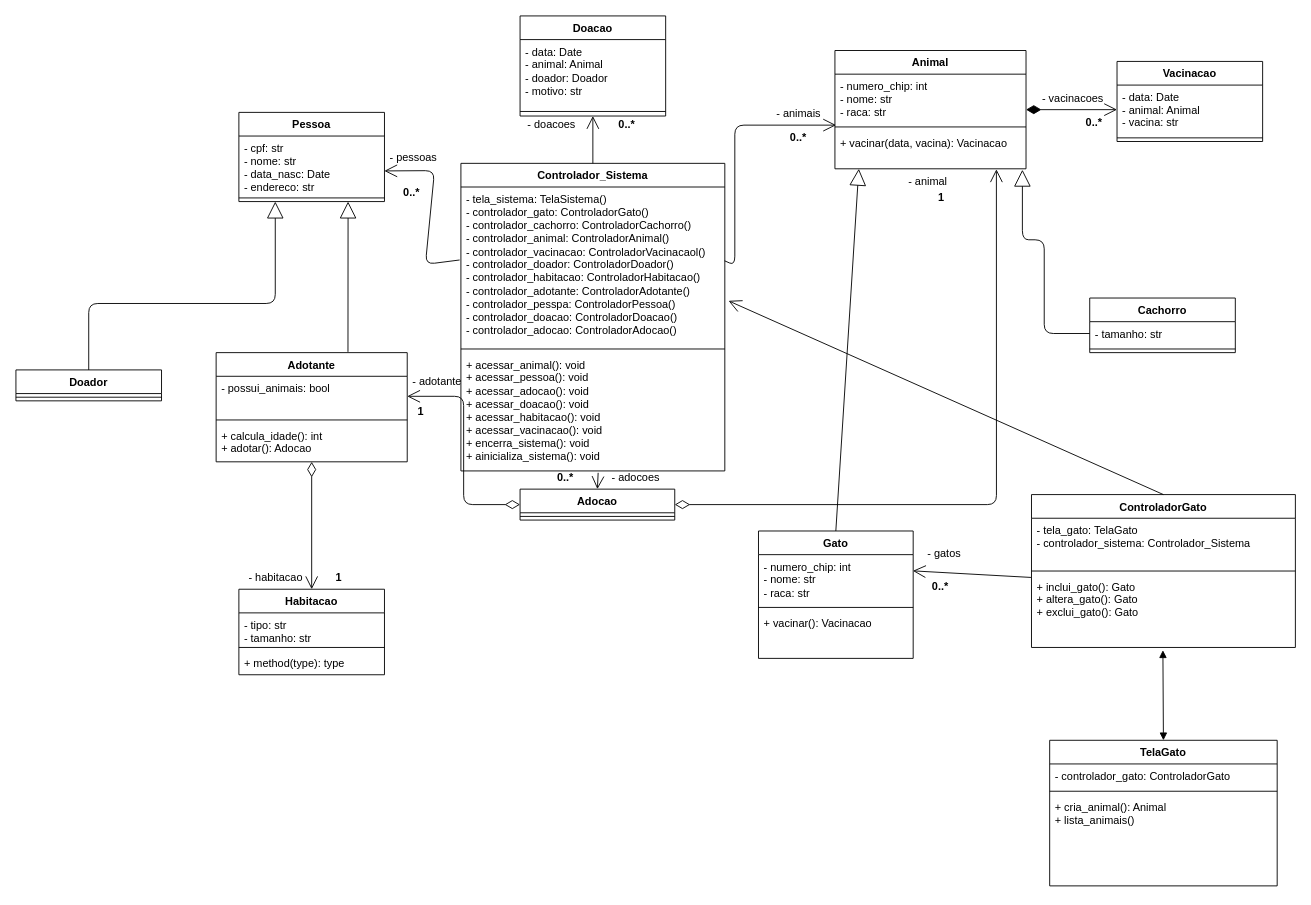
Above: AdoçõesONG(Classes).drawio in ChrisBarlera/Trabalho-DSOO1 (draw.io), before the change. Source tidied: cells renumbered, new cells numbered last; positions are measured from the earlier drawing's top-left corner, leaving out a move shared by most shapes. Both pictures are drawn from the tidied source at 91%, with x=0, y=0 at pixel (15, 15).
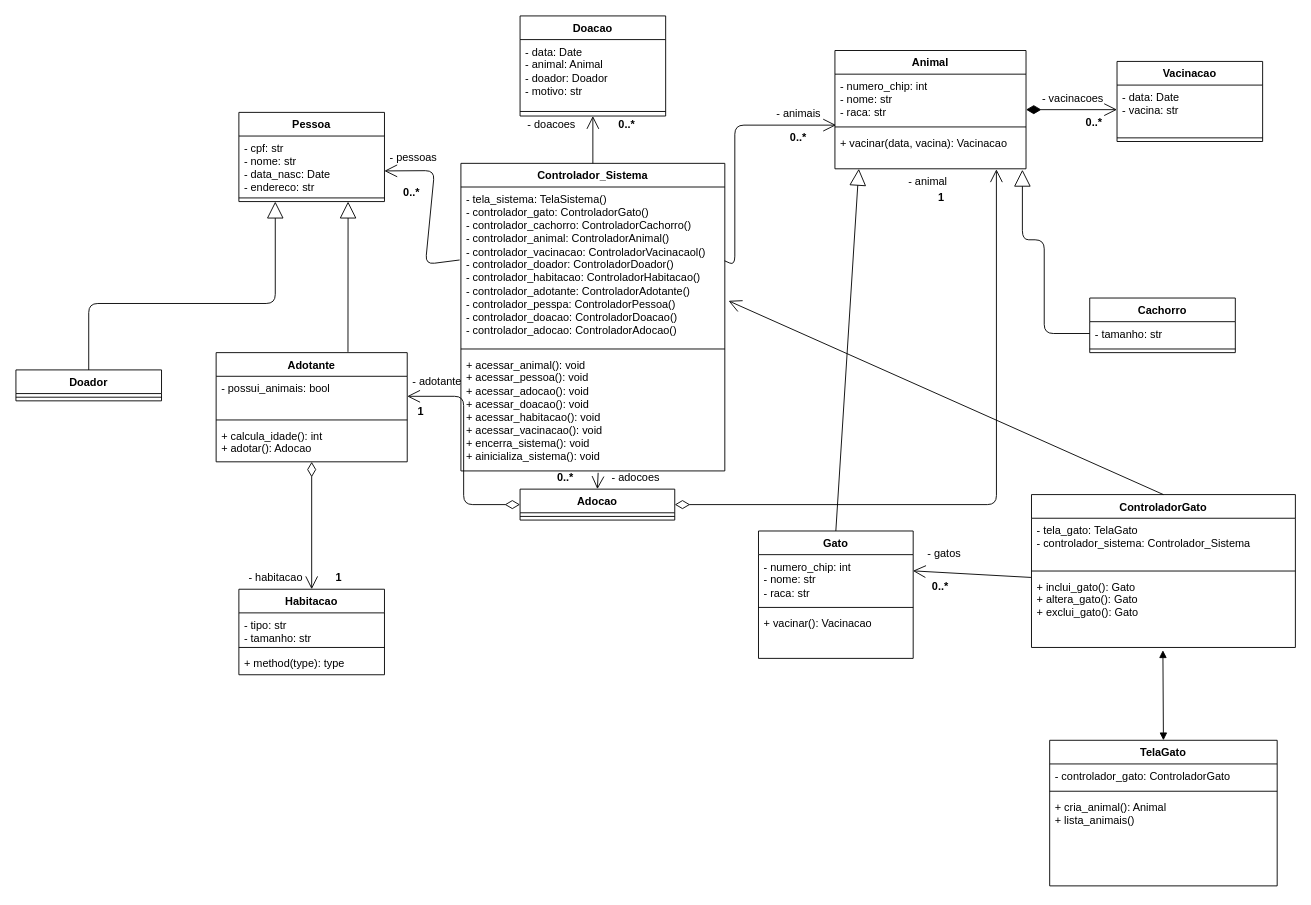
After the change.

Unchanged cells that the change refers to:
```xml
<mxCell id="28" value="Vacinacao" style="swimlane;fontStyle=1;align=center;verticalAlign=top;horizontal=1;startSize=26;" parent="1" vertex="1">
  <mxGeometry x="1210" y="50" width="160" height="88" as="geometry" />
</mxCell>
```

Change to the diagram source:
```diff
@@
-    <mxCell id="29" value="- data: Date&#10;- animal: Animal&#10;- vacina: str" style="text;strokeColor=none;fillColor=none;align=left;verticalAlign=top;spacingLeft=4;spacingRight=4;overflow=hidden;points=[[0,0.5],[1,0.5]];portConstraint=eastwest;" parent="28" vertex="1">
+    <mxCell id="29" value="- data: Date&#10;- vacina: str" style="text;strokeColor=none;fillColor=none;align=left;verticalAlign=top;spacingLeft=4;spacingRight=4;overflow=hidden;points=[[0,0.5],[1,0.5]];portConstraint=eastwest;" parent="28" vertex="1">
       <mxGeometry y="26" width="160" height="54" as="geometry" />
     </mxCell>
```
